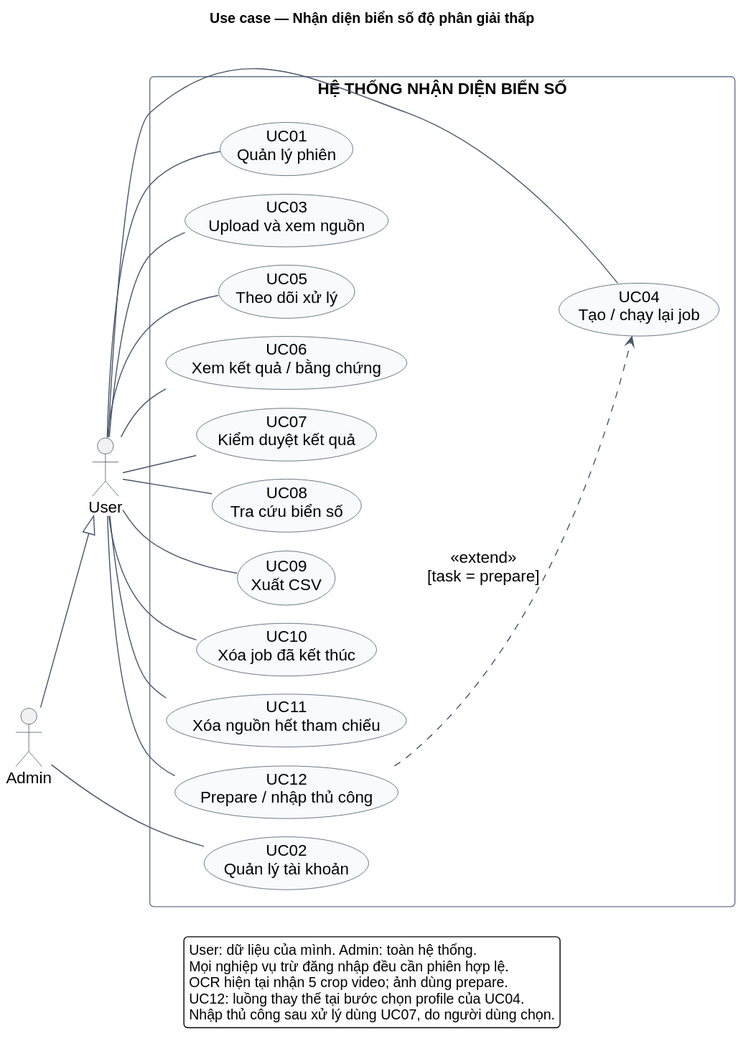
Before: docs/analysis/diagrams/01-use-case.svg, a diagram exported from PlantUML (Oszumeiii/Vehicle_Tracking_BE). Source of this version:
```plantuml
@startuml
!pragma layout smetana
left to right direction
skinparam defaultFontName Arial
skinparam defaultFontSize 16
skinparam backgroundColor white
skinparam shadowing false
skinparam roundCorner 8
skinparam ArrowColor #475569
skinparam ActorBorderColor #334155
skinparam UsecaseBorderColor #334155
skinparam UsecaseBackgroundColor #F8FAFC
skinparam RectangleBorderColor #64748B
skinparam packageStyle rectangle
skinparam nodesep 22
skinparam ranksep 36
scale max 1100 width
title Use case — Nhận diện biển số độ phân giải thấp

actor "User" as U
actor "Admin" as A
A --|> U

rectangle "HỆ THỐNG NHẬN DIỆN BIỂN SỐ" {
  usecase "UC01\nQuản lý phiên" as UC01
  usecase "UC02\nQuản lý tài khoản" as UC02
  usecase "UC03\nUpload và xem nguồn" as UC03
  usecase "UC04\nTạo / chạy lại job" as UC04
  usecase "UC05\nTheo dõi xử lý" as UC05
  usecase "UC06\nXem kết quả / bằng chứng" as UC06
  usecase "UC07\nKiểm duyệt kết quả" as UC07
  usecase "UC08\nTra cứu biển số" as UC08
  usecase "UC09\nXuất CSV" as UC09
  usecase "UC10\nXóa job đã kết thúc" as UC10
  usecase "UC11\nXóa nguồn hết tham chiếu" as UC11
  usecase "UC12\nPrepare / nhập thủ công" as UC12
}

U -- UC01
A -- UC02
U -- UC03
U -- UC04
U -- UC05
U -- UC06
U -- UC07
U -- UC08
U -- UC09
U -- UC10
U -- UC11
U -- UC12
UC12 ..> UC04 : <<extend>>\n[task = prepare]

legend bottom
User: dữ liệu của mình. Admin: toàn hệ thống.
Mọi nghiệp vụ trừ đăng nhập đều cần phiên hợp lệ.
OCR hiện tại nhận 5 crop video; ảnh dùng prepare.
UC12: luồng thay thế tại bước chọn profile của UC04.
Nhập thủ công sau xử lý dùng UC07, do người dùng chọn.
endlegend
@enduml
```
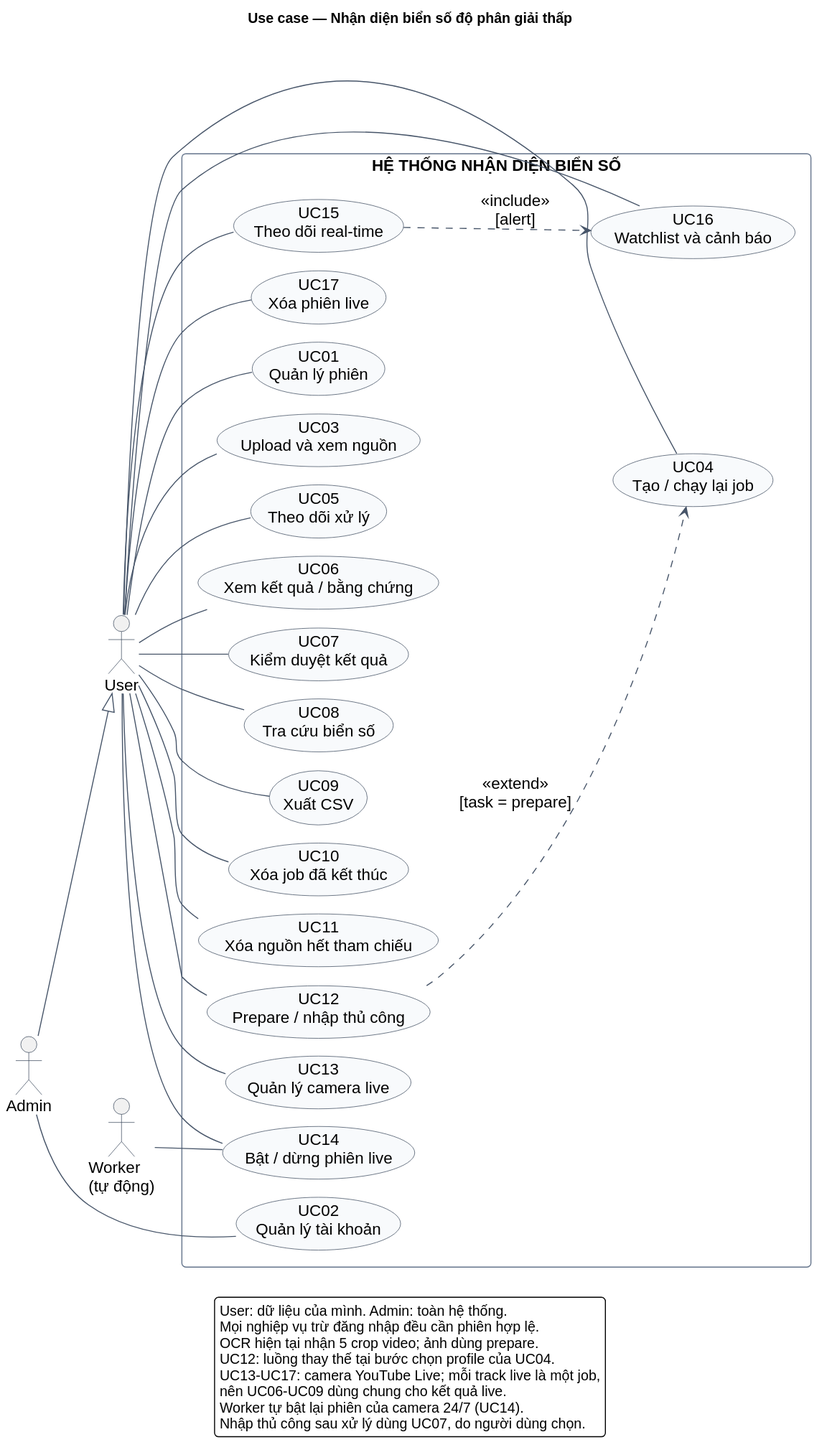
Above is the later version.

The edit, as a diff of the source:
```diff
@@ -34,7 +34,13 @@
   usecase "UC10\nXóa job đã kết thúc" as UC10
   usecase "UC11\nXóa nguồn hết tham chiếu" as UC11
   usecase "UC12\nPrepare / nhập thủ công" as UC12
+  usecase "UC13\nQuản lý camera live" as UC13
+  usecase "UC14\nBật / dừng phiên live" as UC14
+  usecase "UC15\nTheo dõi real-time" as UC15
+  usecase "UC16\nWatchlist và cảnh báo" as UC16
+  usecase "UC17\nXóa phiên live" as UC17
 }
+actor "Worker\n(tự động)" as W
 
 U -- UC01
 A -- UC02
@@ -49,12 +55,22 @@
 U -- UC11
 U -- UC12
 UC12 ..> UC04 : <<extend>>\n[task = prepare]
+U -- UC13
+U -- UC14
+U -- UC15
+U -- UC16
+U -- UC17
+W -- UC14
+UC15 ..> UC16 : <<include>>\n[alert]
 
 legend bottom
 User: dữ liệu của mình. Admin: toàn hệ thống.
 Mọi nghiệp vụ trừ đăng nhập đều cần phiên hợp lệ.
 OCR hiện tại nhận 5 crop video; ảnh dùng prepare.
 UC12: luồng thay thế tại bước chọn profile của UC04.
+UC13-UC17: camera YouTube Live; mỗi track live là một job,
+nên UC06-UC09 dùng chung cho kết quả live.
+Worker tự bật lại phiên của camera 24/7 (UC14).
 Nhập thủ công sau xử lý dùng UC07, do người dùng chọn.
 endlegend
 @enduml
```
